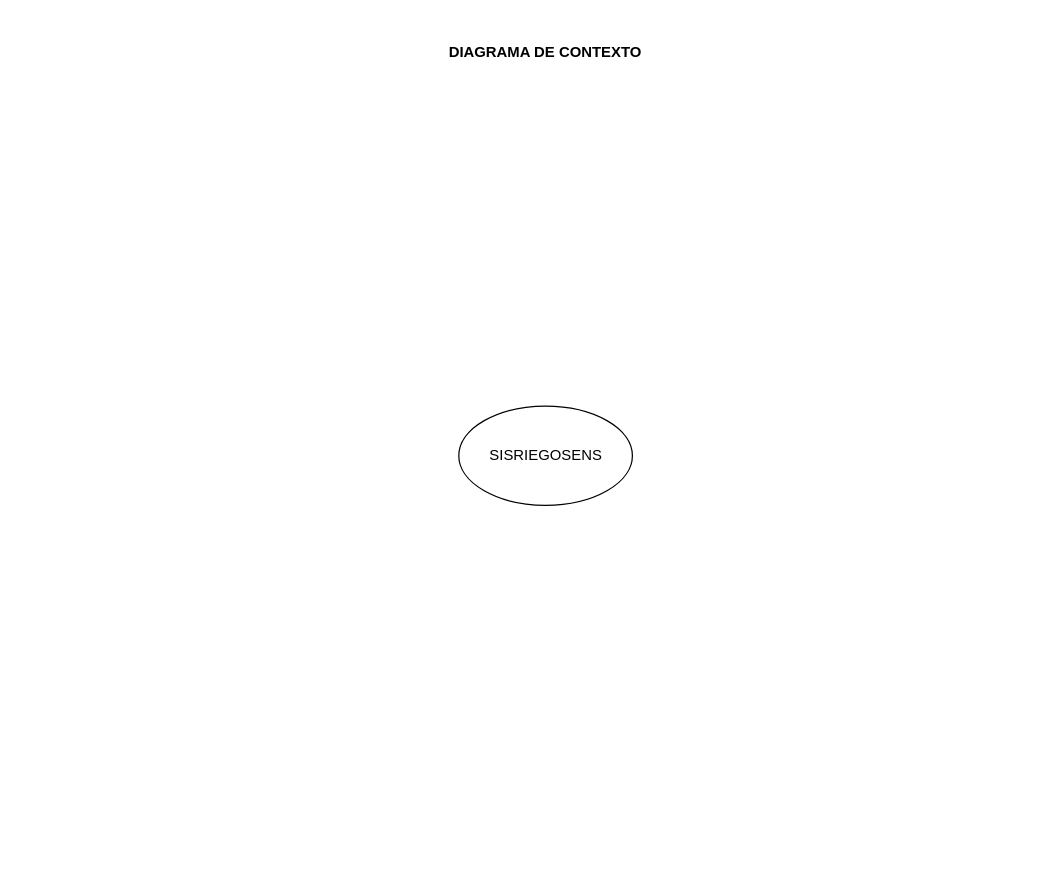
The draw.io diagram DIAGRAMA DE CONTEXTO.drawio in Gelo9033/Sistema_Riego, before the edit. Source tidied: cells renumbered, new cells numbered last; positions are measured from the earlier drawing's top-left corner, leaving out a move shared by most shapes. Both pictures are drawn from the tidied source at 124%, with x=0, y=0 at pixel (443, 33).
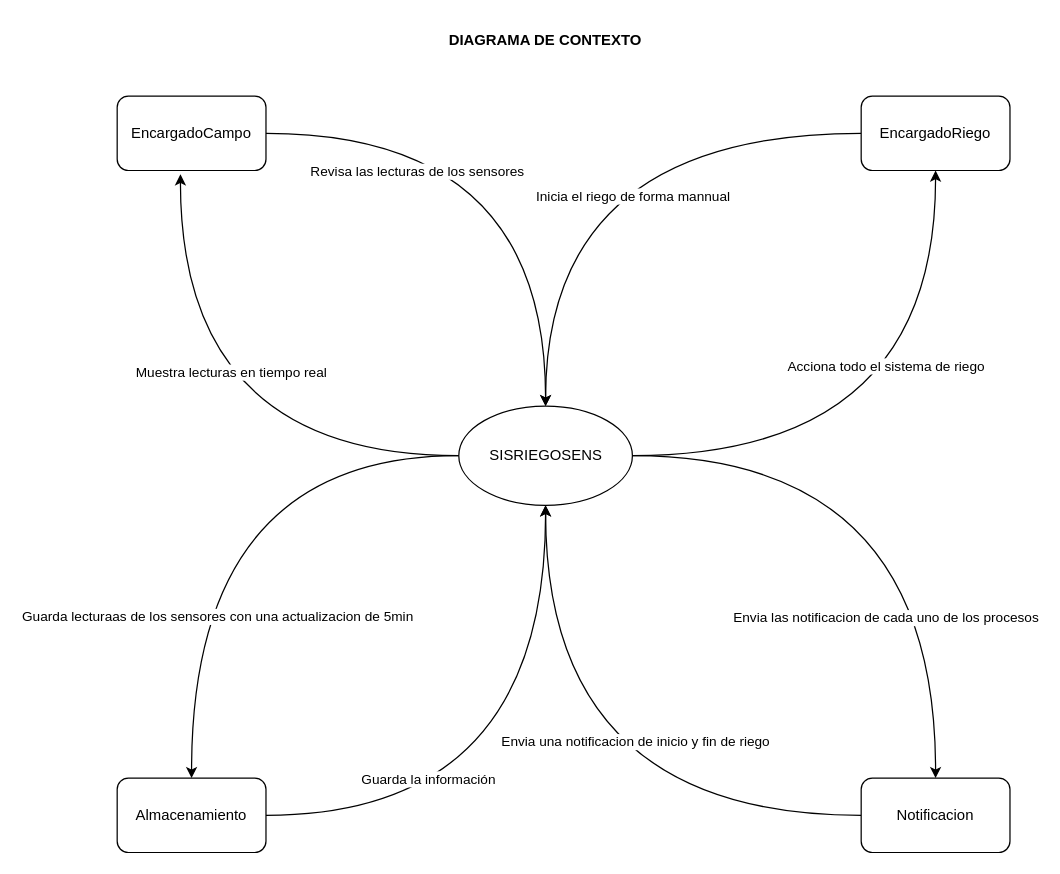
Above is the later version.

Commit message:
Diagrama de Contexto Sistema de RIego por Sensores con todos sus actores

The change refers to these unchanged cells:
```xml
<mxCell id="3" value="SISRIEGOSENS" style="ellipse;whiteSpace=wrap;html=1;" parent="1" vertex="1">
  <mxGeometry x="12.5" y="300" width="140" height="80" as="geometry" />
</mxCell>
```

Change to the diagram source:
```diff
@@
     <mxCell id="2" value="&lt;b&gt;DIAGRAMA DE CONTEXTO&lt;/b&gt;" style="text;html=1;align=center;verticalAlign=middle;whiteSpace=wrap;rounded=0;" parent="1" vertex="1">
-      <mxGeometry width="165" height="30" as="geometry" />
+      <mxGeometry y="-10" width="165" height="30" as="geometry" />
     </mxCell>
+    <mxCell id="4" style="edgeStyle=orthogonalEdgeStyle;rounded=0;jettySize=auto;html=1;entryX=0.425;entryY=1.05;entryDx=0;entryDy=0;curved=1;exitX=0;exitY=0.5;exitDx=0;exitDy=0;entryPerimeter=0;" parent="1" edge="1" source="3" target="14">
+      <mxGeometry relative="1" as="geometry" />
+    </mxCell>
+    <mxCell id="5" value="Muestra lecturas en tiempo real" style="edgeLabel;html=1;align=center;verticalAlign=middle;" parent="4" vertex="1">
+      <mxGeometry x="0.3" y="-40" relative="1" as="geometry">
+        <mxPoint y="1" as="offset" />
+      </mxGeometry>
+    </mxCell>
+    <mxCell id="6" style="edgeStyle=orthogonalEdgeStyle;rounded=0;jettySize=auto;html=1;curved=1;" parent="1" edge="1" source="3" target="17">
+      <mxGeometry relative="1" as="geometry" />
+    </mxCell>
+    <mxCell id="7" value="Acciona todo el sistema de riego" style="edgeLabel;html=1;align=center;verticalAlign=middle;" parent="6" vertex="1">
+      <mxGeometry x="0.34" y="41" relative="1" as="geometry">
+        <mxPoint y="1" as="offset" />
+      </mxGeometry>
+    </mxCell>
+    <mxCell id="8" style="edgeStyle=orthogonalEdgeStyle;rounded=0;jettySize=auto;html=1;curved=1;" parent="1" edge="1" source="3" target="20">
+      <mxGeometry relative="1" as="geometry" />
+    </mxCell>
+    <mxCell id="9" value="Guarda lecturaas de los sensores con una actualizacion de 5min" style="edgeLabel;html=1;align=center;verticalAlign=middle;" parent="8" vertex="1">
+      <mxGeometry x="-0.04" y="41" relative="1" as="geometry">
+        <mxPoint x="-21" y="117" as="offset" />
+      </mxGeometry>
+    </mxCell>
+    <mxCell id="10" style="edgeStyle=orthogonalEdgeStyle;rounded=0;jettySize=auto;html=1;curved=1;" parent="1" edge="1" source="3" target="23">
+      <mxGeometry relative="1" as="geometry" />
+    </mxCell>
+    <mxCell id="11" value="Envia las notificacion de cada uno de los procesos" style="edgeLabel;html=1;align=center;verticalAlign=middle;" parent="10" vertex="1">
+      <mxGeometry x="-0.04" y="-34" relative="1" as="geometry">
+        <mxPoint x="-38" y="96" as="offset" />
+      </mxGeometry>
+    </mxCell>
@@
+    <mxCell id="12" style="edgeStyle=orthogonalEdgeStyle;rounded=0;jettySize=auto;html=1;entryX=0.5;entryY=0;entryDx=0;entryDy=0;curved=1;" parent="1" edge="1" source="14" target="3">
+      <mxGeometry relative="1" as="geometry" />
+    </mxCell>
+    <mxCell id="13" value="Revisa las lecturas de los sensores" style="edgeLabel;html=1;align=center;verticalAlign=middle;" parent="12" vertex="1">
+      <mxGeometry x="-0.6" y="-15" relative="1" as="geometry">
+        <mxPoint x="32" y="15" as="offset" />
+      </mxGeometry>
+    </mxCell>
+    <mxCell id="14" value="EncargadoCampo" style="rounded=1;whiteSpace=wrap;html=1;" parent="1" vertex="1">
+      <mxGeometry x="-263" y="50" width="120" height="60" as="geometry" />
+    </mxCell>
+    <mxCell id="15" style="edgeStyle=orthogonalEdgeStyle;rounded=0;jettySize=auto;html=1;entryX=0.5;entryY=0;entryDx=0;entryDy=0;curved=1;" parent="1" edge="1" source="17" target="3">
+      <mxGeometry relative="1" as="geometry" />
+    </mxCell>
+    <mxCell id="16" value="Inicia el riego de forma mannual" style="edgeLabel;html=1;align=center;verticalAlign=middle;" parent="15" vertex="1">
+      <mxGeometry x="0.2" y="56" relative="1" as="geometry">
+        <mxPoint x="14" y="20" as="offset" />
+      </mxGeometry>
+    </mxCell>
+    <mxCell id="17" value="EncargadoRiego" style="rounded=1;whiteSpace=wrap;html=1;" parent="1" vertex="1">
+      <mxGeometry x="337" y="50" width="120" height="60" as="geometry" />
+    </mxCell>
+    <mxCell id="18" style="edgeStyle=orthogonalEdgeStyle;rounded=0;jettySize=auto;html=1;entryX=0.5;entryY=1;entryDx=0;entryDy=0;curved=1;" parent="1" edge="1" source="20" target="3">
+      <mxGeometry relative="1" as="geometry" />
+    </mxCell>
+    <mxCell id="19" value="Guarda la información" style="edgeLabel;html=1;align=center;verticalAlign=middle;" parent="18" vertex="1">
+      <mxGeometry x="-0.5" y="4" relative="1" as="geometry">
+        <mxPoint x="11" y="-26" as="offset" />
+      </mxGeometry>
+    </mxCell>
+    <mxCell id="20" value="Almacenamiento" style="rounded=1;whiteSpace=wrap;html=1;" parent="1" vertex="1">
+      <mxGeometry x="-263" y="600" width="120" height="60" as="geometry" />
+    </mxCell>
+    <mxCell id="21" style="edgeStyle=orthogonalEdgeStyle;rounded=0;jettySize=auto;html=1;curved=1;" parent="1" edge="1" source="23" target="3">
+      <mxGeometry relative="1" as="geometry" />
+    </mxCell>
+    <mxCell id="22" value="Envia una notificacion de inicio y fin de riego" style="edgeLabel;html=1;align=center;verticalAlign=middle;" parent="21" vertex="1">
+      <mxGeometry x="-0.14" y="-18" relative="1" as="geometry">
+        <mxPoint x="34" y="-42" as="offset" />
+      </mxGeometry>
+    </mxCell>
+    <mxCell id="23" value="Notificacion" style="rounded=1;whiteSpace=wrap;html=1;" parent="1" vertex="1">
+      <mxGeometry x="337" y="600" width="120" height="60" as="geometry" />
+    </mxCell>
```
